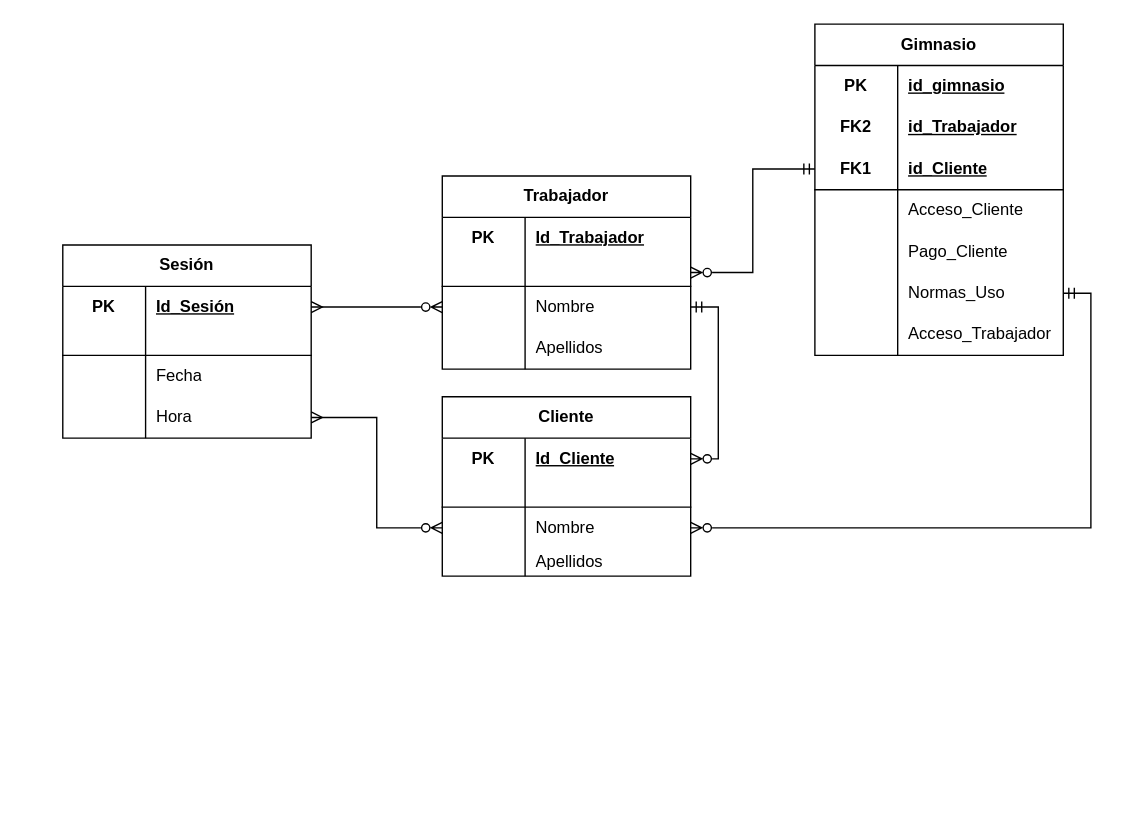
Earlier version of the draw.io diagram Diagrama ER Trabajador.drawio (HuBaMarin/projDespliegue). Source tidied: cells renumbered, new cells numbered last; positions are measured from the earlier drawing's top-left corner, leaving out a move shared by most shapes. Both pictures are drawn from the tidied source at 138%, with x=0, y=0 at pixel (62, 23).
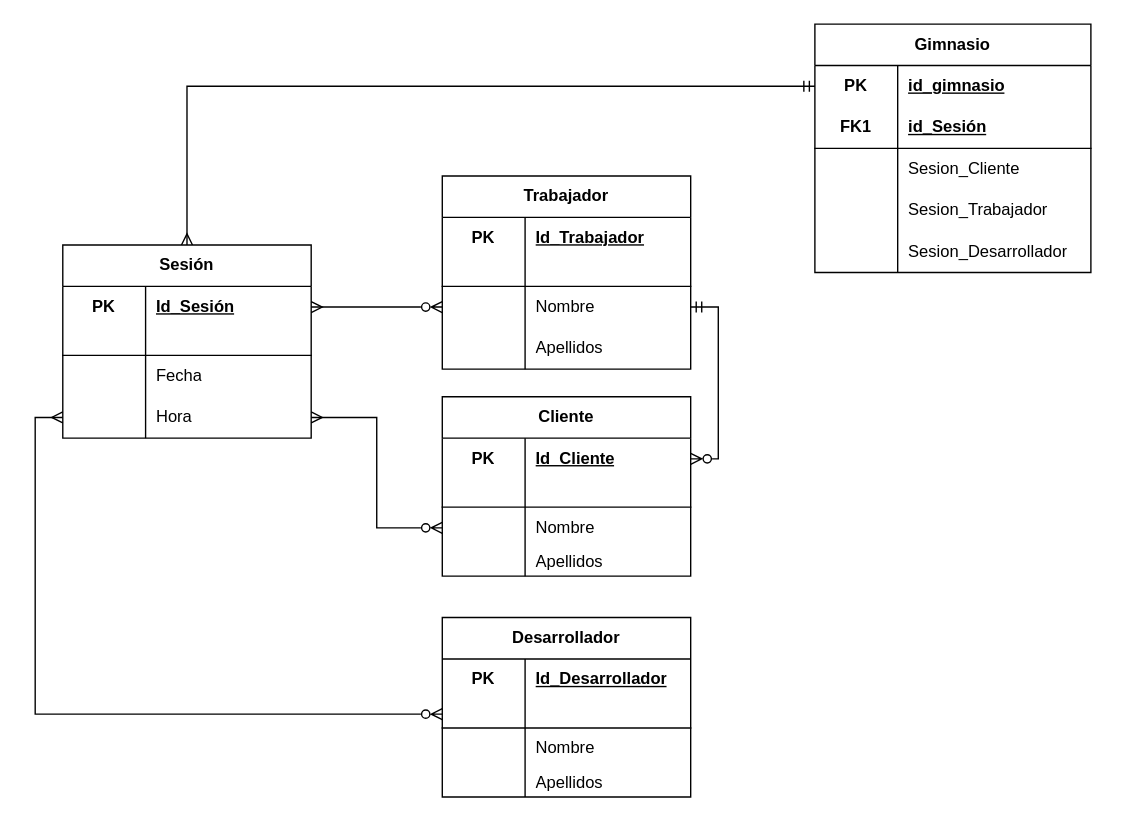
The same diagram, later.

Unchanged cells that the change refers to:
```xml
<mxCell id="4" value="Trabajador" style="shape=table;startSize=30;childLayout=tableLayout;rowLines=0;fontStyle=1;align=center;html=1;whiteSpace=wrap;" parent="1" vertex="1">
  <mxGeometry x="275" y="110" width="180" height="140" as="geometry" />
</mxCell>
<mxCell id="17" value="Sesión" style="shape=table;startSize=30;childLayout=tableLayout;rowLines=0;fontStyle=1;align=center;html=1;whiteSpace=wrap;" parent="1" vertex="1">
  <mxGeometry y="160" width="180" height="140" as="geometry" />
</mxCell>
<mxCell id="27" style="shape=tableRow;horizontal=0;startSize=0;swimlaneHead=0;swimlaneBody=0;fillColor=none;points=[[0,0.5],[1,0.5]];portConstraint=eastwest;top=0;left=0;right=0;bottom=0;html=1;" parent="17" vertex="1">
  <mxGeometry y="110" width="180" height="30" as="geometry" />
</mxCell>
<mxCell id="37" style="shape=tableRow;horizontal=0;startSize=0;swimlaneHead=0;swimlaneBody=0;fillColor=none;points=[[0,0.5],[1,0.5]];portConstraint=eastwest;top=0;left=0;right=0;bottom=0;html=1;" parent="30" vertex="1">
  <mxGeometry y="80" width="180" height="30" as="geometry" />
</mxCell>
```

What changed in the source:
```diff
@@
-    <mxCell id="3" style="edgeStyle=orthogonalEdgeStyle;rounded=0;jettySize=auto;html=1;entryX=0;entryY=0.5;entryDx=0;entryDy=0;startArrow=ERzeroToMany;startFill=0;endArrow=ERmandOne;endFill=0;" parent="1" edge="1" source="4" target="52">
-      <mxGeometry relative="1" as="geometry" />
-    </mxCell>
@@
+    <mxCell id="71" style="edgeStyle=orthogonalEdgeStyle;rounded=0;jettySize=auto;html=1;entryX=0;entryY=0.5;entryDx=0;entryDy=0;startArrow=ERmany;startFill=0;endArrow=ERmandOne;endFill=0;" parent="1" edge="1" source="17" target="46">
+      <mxGeometry relative="1" as="geometry" />
+    </mxCell>
@@
     <mxCell id="45" value="Gimnasio" style="shape=table;startSize=30;childLayout=tableLayout;rowLines=0;fontStyle=1;align=center;html=1;whiteSpace=wrap;" parent="1" vertex="1">
-      <mxGeometry x="545" width="180" height="240" as="geometry" />
+      <mxGeometry x="545" width="200" height="180" as="geometry" />
     </mxCell>
     <mxCell id="46" style="shape=tableRow;horizontal=0;startSize=0;swimlaneHead=0;swimlaneBody=0;fillColor=none;points=[[0,0.5],[1,0.5]];portConstraint=eastwest;top=0;left=0;right=0;bottom=0;html=1;" parent="45" vertex="1">
-      <mxGeometry y="30" width="180" height="30" as="geometry" />
+      <mxGeometry y="30" width="200" height="30" as="geometry" />
     </mxCell>
@@
     <mxCell id="48" value="id_gimnasio" style="shape=partialRectangle;fillColor=none;top=0;left=0;bottom=0;right=0;align=left;spacingLeft=6;fontStyle=5;overflow=hidden;html=1;whiteSpace=wrap;" parent="46" vertex="1">
-      <mxGeometry x="60" width="120" height="30" as="geometry" />
+      <mxGeometry x="60" width="140" height="30" as="geometry" />
     </mxCell>
-    <mxCell id="49" style="shape=tableRow;horizontal=0;startSize=0;swimlaneHead=0;swimlaneBody=0;fillColor=none;top=0;left=0;right=0;bottom=0;html=1;" parent="45" vertex="1">
-      <mxGeometry y="60" width="180" height="30" as="geometry" />
-    </mxCell>
-    <mxCell id="50" value="FK2" style="shape=partialRectangle;fillColor=none;top=0;left=0;bottom=0;right=0;fontStyle=1;overflow=hidden;html=1;whiteSpace=wrap;" parent="49" vertex="1">
-      <mxGeometry width="60" height="30" as="geometry" />
-    </mxCell>
-    <mxCell id="51" value="id_Trabajador" style="shape=partialRectangle;fillColor=none;top=0;left=0;bottom=0;right=0;align=left;spacingLeft=6;fontStyle=5;overflow=hidden;html=1;whiteSpace=wrap;" parent="49" vertex="1">
-      <mxGeometry x="60" width="120" height="30" as="geometry" />
-    </mxCell>
     <mxCell id="52" style="shape=tableRow;horizontal=0;startSize=0;swimlaneHead=0;swimlaneBody=0;fillColor=none;points=[[0,0.5],[1,0.5]];portConstraint=eastwest;top=0;left=0;right=0;bottom=1;html=1;" parent="45" vertex="1">
-      <mxGeometry y="90" width="180" height="30" as="geometry" />
+      <mxGeometry y="60" width="200" height="30" as="geometry" />
     </mxCell>
@@
-    <mxCell id="54" value="id_Cliente" style="shape=partialRectangle;fillColor=none;top=0;left=0;bottom=0;right=0;align=left;spacingLeft=6;fontStyle=5;overflow=hidden;html=1;whiteSpace=wrap;" parent="52" vertex="1">
-      <mxGeometry x="60" width="120" height="30" as="geometry" />
+    <mxCell id="54" value="id_Sesión" style="shape=partialRectangle;fillColor=none;top=0;left=0;bottom=0;right=0;align=left;spacingLeft=6;fontStyle=5;overflow=hidden;html=1;whiteSpace=wrap;" parent="52" vertex="1">
+      <mxGeometry x="60" width="140" height="30" as="geometry" />
     </mxCell>
     <mxCell id="55" style="shape=tableRow;horizontal=0;startSize=0;swimlaneHead=0;swimlaneBody=0;fillColor=none;top=0;left=0;right=0;bottom=0;html=1;" parent="45" vertex="1">
-      <mxGeometry y="120" width="180" height="30" as="geometry" />
+      <mxGeometry y="90" width="200" height="30" as="geometry" />
     </mxCell>
@@
-    <mxCell id="57" value="Acceso_Cliente" style="shape=partialRectangle;fillColor=none;top=0;left=0;bottom=0;right=0;align=left;spacingLeft=6;overflow=hidden;html=1;whiteSpace=wrap;" parent="55" vertex="1">
-      <mxGeometry x="60" width="120" height="30" as="geometry" />
+    <mxCell id="57" value="Sesion_Cliente" style="shape=partialRectangle;fillColor=none;top=0;left=0;bottom=0;right=0;align=left;spacingLeft=6;overflow=hidden;html=1;whiteSpace=wrap;" parent="55" vertex="1">
+      <mxGeometry x="60" width="140" height="30" as="geometry" />
     </mxCell>
     <mxCell id="58" style="shape=tableRow;horizontal=0;startSize=0;swimlaneHead=0;swimlaneBody=0;fillColor=none;top=0;left=0;right=0;bottom=0;html=1;" parent="45" vertex="1">
-      <mxGeometry y="150" width="180" height="30" as="geometry" />
+      <mxGeometry y="120" width="200" height="30" as="geometry" />
     </mxCell>
@@
-    <mxCell id="60" value="Pago_Cliente" style="shape=partialRectangle;fillColor=none;top=0;left=0;bottom=0;right=0;align=left;spacingLeft=6;overflow=hidden;html=1;whiteSpace=wrap;" parent="58" vertex="1">
-      <mxGeometry x="60" width="120" height="30" as="geometry" />
+    <mxCell id="60" value="Sesion_Trabajador" style="shape=partialRectangle;fillColor=none;top=0;left=0;bottom=0;right=0;align=left;spacingLeft=6;overflow=hidden;html=1;whiteSpace=wrap;" parent="58" vertex="1">
+      <mxGeometry x="60" width="140" height="30" as="geometry" />
     </mxCell>
-    <mxCell id="61" style="shape=tableRow;horizontal=0;startSize=0;swimlaneHead=0;swimlaneBody=0;fillColor=none;points=[[0,0.5],[1,0.5]];portConstraint=eastwest;top=0;left=0;right=0;bottom=0;html=1;" parent="45" vertex="1">
-      <mxGeometry y="180" width="180" height="30" as="geometry" />
-    </mxCell>
-    <mxCell id="62" style="shape=partialRectangle;fillColor=none;top=0;left=0;bottom=0;right=0;overflow=hidden;html=1;whiteSpace=wrap;" parent="61" vertex="1">
-      <mxGeometry width="60" height="30" as="geometry" />
-    </mxCell>
-    <mxCell id="63" value="Normas_Uso" style="shape=partialRectangle;fillColor=none;top=0;left=0;bottom=0;right=0;align=left;spacingLeft=6;overflow=hidden;html=1;whiteSpace=wrap;" parent="61" vertex="1">
-      <mxGeometry x="60" width="120" height="30" as="geometry" />
-    </mxCell>
-    <mxCell id="64" style="shape=tableRow;horizontal=0;startSize=0;swimlaneHead=0;swimlaneBody=0;fillColor=none;top=0;left=0;right=0;bottom=0;html=1;" parent="45" vertex="1">
-      <mxGeometry y="210" width="180" height="30" as="geometry" />
-    </mxCell>
-    <mxCell id="65" style="shape=partialRectangle;fillColor=none;top=0;left=0;bottom=0;right=0;overflow=hidden;html=1;whiteSpace=wrap;" parent="64" vertex="1">
-      <mxGeometry width="60" height="30" as="geometry" />
-    </mxCell>
-    <mxCell id="66" value="Acceso_Trabajador" style="shape=partialRectangle;fillColor=none;top=0;left=0;bottom=0;right=0;align=left;spacingLeft=6;overflow=hidden;html=1;whiteSpace=wrap;" parent="64" vertex="1">
-      <mxGeometry x="60" width="120" height="30" as="geometry" />
-    </mxCell>
+    <mxCell id="72" style="shape=tableRow;horizontal=0;startSize=0;swimlaneHead=0;swimlaneBody=0;fillColor=none;top=0;left=0;right=0;bottom=0;html=1;" parent="45" vertex="1">
+      <mxGeometry y="150" width="200" height="30" as="geometry" />
+    </mxCell>
+    <mxCell id="73" style="shape=partialRectangle;fillColor=none;top=0;left=0;bottom=0;right=0;overflow=hidden;html=1;whiteSpace=wrap;" parent="72" vertex="1">
+      <mxGeometry width="60" height="30" as="geometry" />
+    </mxCell>
+    <mxCell id="74" value="Sesion_Desarrollador" style="shape=partialRectangle;fillColor=none;top=0;left=0;bottom=0;right=0;align=left;spacingLeft=6;overflow=hidden;html=1;whiteSpace=wrap;" parent="72" vertex="1">
+      <mxGeometry x="60" width="140" height="30" as="geometry" />
+    </mxCell>
@@
-    <mxCell id="69" style="edgeStyle=orthogonalEdgeStyle;rounded=0;jettySize=auto;html=1;entryX=1;entryY=0.5;entryDx=0;entryDy=0;startArrow=ERzeroToMany;startFill=0;endArrow=ERmandOne;endFill=0;" parent="1" edge="1" source="37" target="61">
-      <mxGeometry relative="1" as="geometry" />
-    </mxCell>
@@
+    <mxCell id="75" value="Desarrollador" style="shape=table;startSize=30;childLayout=tableLayout;rowLines=0;fontStyle=1;align=center;html=1;whiteSpace=wrap;" parent="1" vertex="1">
+      <mxGeometry x="275" y="430" width="180" height="130" as="geometry" />
+    </mxCell>
+    <mxCell id="76" style="shape=tableRow;horizontal=0;startSize=0;swimlaneHead=0;swimlaneBody=0;fillColor=none;top=0;left=0;right=0;bottom=0;html=1;" parent="75" vertex="1">
+      <mxGeometry y="30" width="180" height="30" as="geometry" />
+    </mxCell>
+    <mxCell id="77" value="PK" style="shape=partialRectangle;fillColor=none;top=0;left=0;bottom=0;right=0;fontStyle=1;overflow=hidden;html=1;whiteSpace=wrap;" parent="76" vertex="1">
+      <mxGeometry width="60" height="30" as="geometry" />
+    </mxCell>
+    <mxCell id="78" value="Id_Desarrollador" style="shape=partialRectangle;fillColor=none;top=0;left=0;bottom=0;right=0;align=left;spacingLeft=6;fontStyle=5;overflow=hidden;html=1;whiteSpace=wrap;" parent="76" vertex="1">
+      <mxGeometry x="60" width="120" height="30" as="geometry" />
+    </mxCell>
+    <mxCell id="79" style="shape=tableRow;horizontal=0;startSize=0;swimlaneHead=0;swimlaneBody=0;fillColor=none;points=[[0,0.5],[1,0.5]];portConstraint=eastwest;top=0;left=0;right=0;bottom=1;html=1;" parent="75" vertex="1">
+      <mxGeometry y="60" width="180" height="20" as="geometry" />
+    </mxCell>
+    <mxCell id="80" style="shape=partialRectangle;fillColor=none;top=0;left=0;bottom=0;right=0;fontStyle=1;overflow=hidden;html=1;whiteSpace=wrap;" parent="79" vertex="1">
+      <mxGeometry width="60" height="20" as="geometry" />
+    </mxCell>
+    <mxCell id="81" style="shape=partialRectangle;fillColor=none;top=0;left=0;bottom=0;right=0;align=left;spacingLeft=6;fontStyle=5;overflow=hidden;html=1;whiteSpace=wrap;" parent="79" vertex="1">
+      <mxGeometry x="60" width="120" height="20" as="geometry" />
+    </mxCell>
+    <mxCell id="82" style="shape=tableRow;horizontal=0;startSize=0;swimlaneHead=0;swimlaneBody=0;fillColor=none;top=0;left=0;right=0;bottom=0;html=1;" parent="75" vertex="1">
+      <mxGeometry y="80" width="180" height="30" as="geometry" />
+    </mxCell>
+    <mxCell id="83" style="shape=partialRectangle;fillColor=none;top=0;left=0;bottom=0;right=0;overflow=hidden;html=1;whiteSpace=wrap;" parent="82" vertex="1">
+      <mxGeometry width="60" height="30" as="geometry" />
+    </mxCell>
+    <mxCell id="84" value="Nombre" style="shape=partialRectangle;fillColor=none;top=0;left=0;bottom=0;right=0;align=left;spacingLeft=6;overflow=hidden;html=1;whiteSpace=wrap;" parent="82" vertex="1">
+      <mxGeometry x="60" width="120" height="30" as="geometry" />
+    </mxCell>
+    <mxCell id="85" style="shape=tableRow;horizontal=0;startSize=0;swimlaneHead=0;swimlaneBody=0;fillColor=none;points=[[0,0.5],[1,0.5]];portConstraint=eastwest;top=0;left=0;right=0;bottom=0;html=1;" parent="75" vertex="1">
+      <mxGeometry y="110" width="180" height="20" as="geometry" />
+    </mxCell>
+    <mxCell id="86" style="shape=partialRectangle;fillColor=none;top=0;left=0;bottom=0;right=0;overflow=hidden;html=1;whiteSpace=wrap;" parent="85" vertex="1">
+      <mxGeometry width="60" height="20" as="geometry" />
+    </mxCell>
+    <mxCell id="87" value="Apellidos" style="shape=partialRectangle;fillColor=none;top=0;left=0;bottom=0;right=0;align=left;spacingLeft=6;overflow=hidden;html=1;whiteSpace=wrap;" parent="85" vertex="1">
+      <mxGeometry x="60" width="120" height="20" as="geometry" />
+    </mxCell>
+    <mxCell id="88" style="edgeStyle=orthogonalEdgeStyle;rounded=0;jettySize=auto;html=1;exitX=0.5;exitY=1;exitDx=0;exitDy=0;entryX=0.497;entryY=1.037;entryDx=0;entryDy=0;entryPerimeter=0;" parent="75" edge="1" source="75" target="85">
+      <mxGeometry relative="1" as="geometry" />
+    </mxCell>
+    <mxCell id="89" style="edgeStyle=orthogonalEdgeStyle;rounded=0;jettySize=auto;html=1;entryX=0;entryY=0.5;entryDx=0;entryDy=0;endArrow=ERmany;endFill=0;startArrow=ERzeroToMany;startFill=0;" parent="1" edge="1" source="79" target="27">
+      <mxGeometry relative="1" as="geometry" />
+    </mxCell>
```
